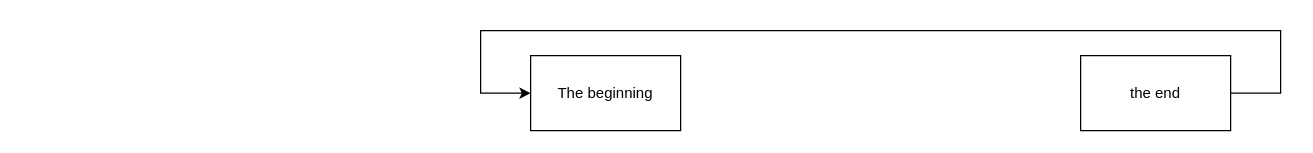
The draw.io diagram notes/timeline.drawio in oldmartijntje/Pokemon-Vibranium, before the edit. Source tidied: cells renumbered, new cells numbered last; positions are measured from the earlier drawing's top-left corner, leaving out a move shared by most shapes. Both pictures are drawn from the tidied source at 125%, with x=0, y=0 at pixel (480, 30).
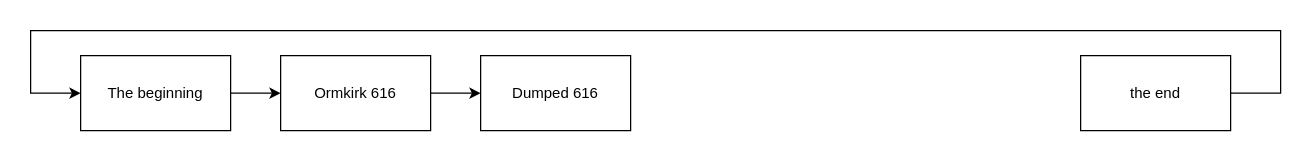
After the change.

What changed in the source:
```diff
@@
 <mxGraphModel>
   <root>
     <mxCell id="0" />
     <mxCell id="1" parent="0" />
+    <mxCell id="5" style="edgeStyle=orthogonalEdgeStyle;rounded=0;jettySize=auto;html=1;" parent="1" edge="1" source="2" target="7">
+      <mxGeometry relative="1" as="geometry" />
+    </mxCell>
     <mxCell id="2" value="The beginning" style="rounded=0;whiteSpace=wrap;html=1;" parent="1" vertex="1">
-      <mxGeometry x="40" y="20" width="120" height="60" as="geometry" />
+      <mxGeometry x="-320" y="20" width="120" height="60" as="geometry" />
     </mxCell>
-    <mxCell id="3" style="edgeStyle=orthogonalEdgeStyle;rounded=0;jettySize=auto;html=1;" parent="1" edge="1" source="4">
+    <mxCell id="3" style="edgeStyle=orthogonalEdgeStyle;rounded=0;jettySize=auto;html=1;entryX=0;entryY=0.5;entryDx=0;entryDy=0;" parent="1" edge="1" source="4" target="2">
       <mxGeometry relative="1" as="geometry">
-        <mxPoint x="40" y="50" as="targetPoint" />
         <Array as="points">
           <mxPoint x="640" y="50" />
           <mxPoint x="640" />
-          <mxPoint />
-          <mxPoint y="50" />
+          <mxPoint x="-360" />
+          <mxPoint x="-360" y="50" />
         </Array>
       </mxGeometry>
     </mxCell>
     <mxCell id="4" value="the end" style="rounded=0;whiteSpace=wrap;html=1;" parent="1" vertex="1">
       <mxGeometry x="480" y="20" width="120" height="60" as="geometry" />
     </mxCell>
+    <mxCell id="6" style="edgeStyle=orthogonalEdgeStyle;rounded=0;jettySize=auto;html=1;" parent="1" edge="1" source="7" target="8">
+      <mxGeometry relative="1" as="geometry" />
+    </mxCell>
+    <mxCell id="7" value="Ormkirk 616" style="rounded=0;whiteSpace=wrap;html=1;" parent="1" vertex="1">
+      <mxGeometry x="-160" y="20" width="120" height="60" as="geometry" />
+    </mxCell>
+    <mxCell id="8" value="Dumped 616" style="rounded=0;whiteSpace=wrap;html=1;" parent="1" vertex="1">
+      <mxGeometry y="20" width="120" height="60" as="geometry" />
+    </mxCell>
   </root>
 </mxGraphModel>
```
